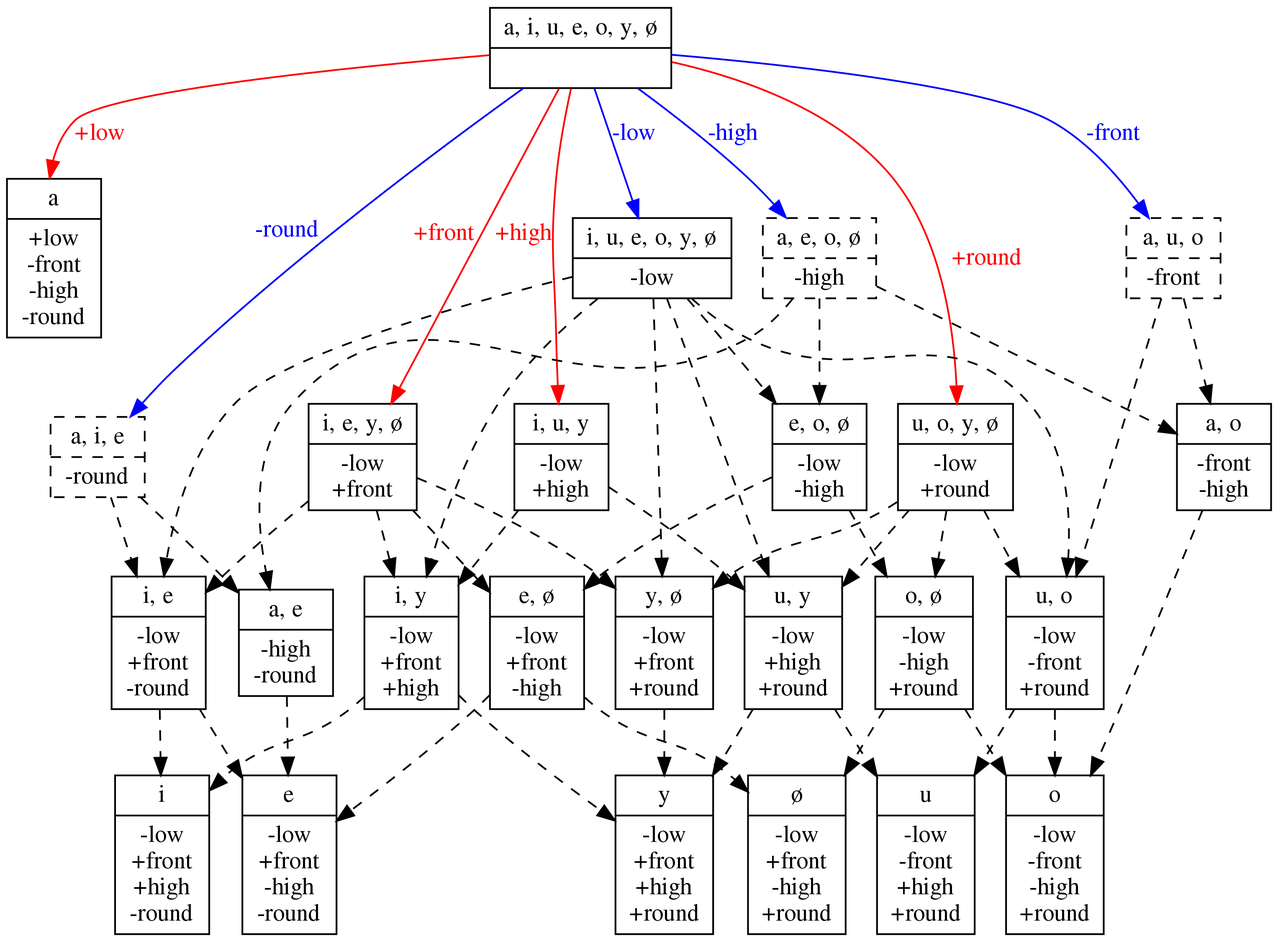
rdaland/Pheatures keeps this Graphviz diagram as squib/diagrams/vowel_inventory_full_FEATURAL.png. Above is the earlier version. Its source is kept beside it as squib/diagrams/vowel_inventory_full_FEATURAL.gv.
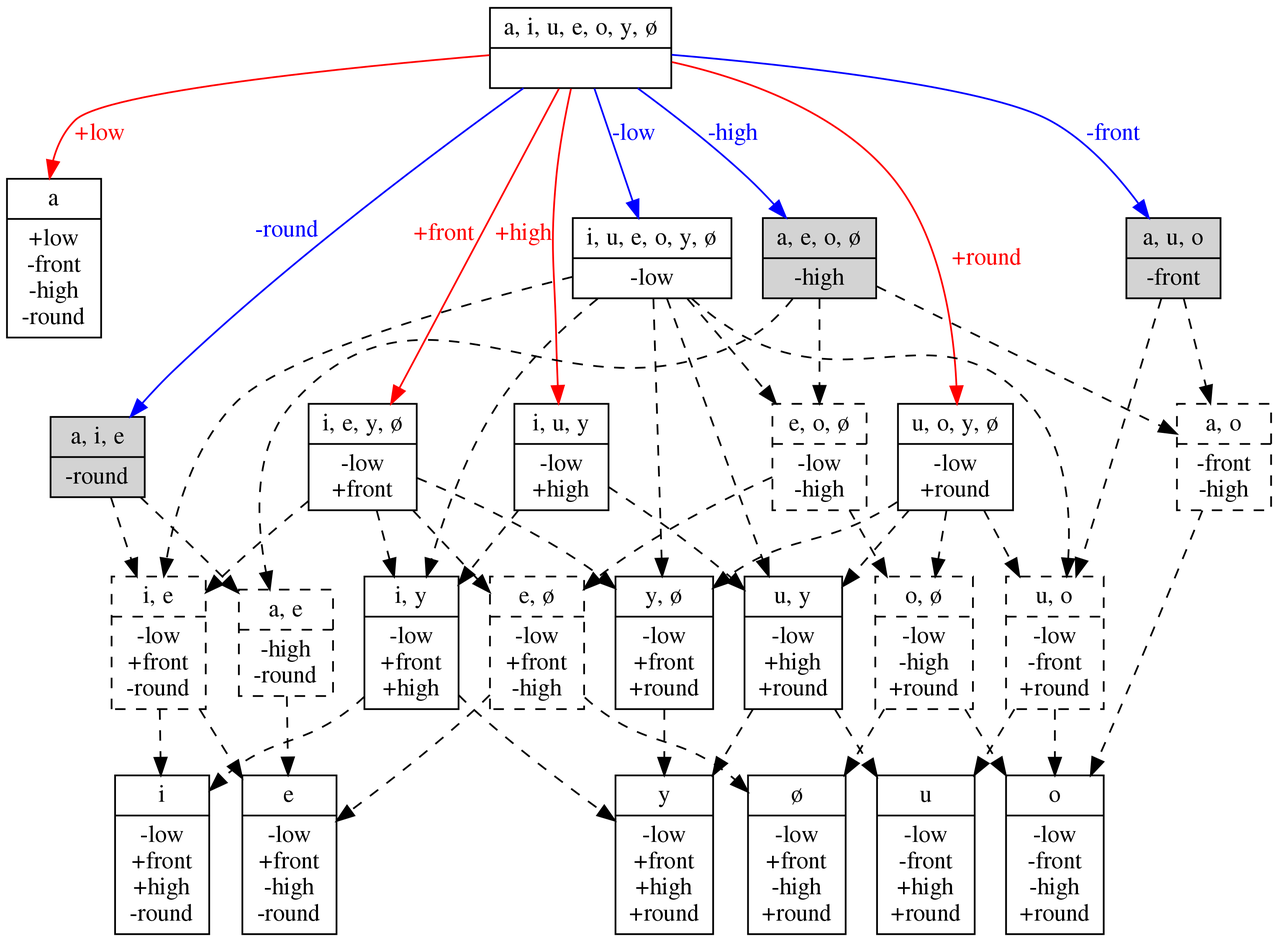
After the change.

Diff of the diagram source:
```diff
@@ -7,9 +7,9 @@
 	FRONT[label="{<segs> i, e, y, ø  |<feats> -low\n+front }",shape=record]
 	ROUND[label="{<segs> u, o, y, ø  |<feats> -low\n+round }",shape=record]
 	HIGH[label="{<segs> i, u, y |<feats> -low\n+high }",shape=record]
-	NONFRONT [label="{<segs> a, u, o |<feats> -front }",shape=record,style=dashed]
-	NONROUND [label="{<segs> a, i, e |<feats> -round }",shape=record,style=dashed]
-	NONHIGH [label="{<segs> a, e, o, ø |<feats> -high }",shape=record,style=dashed]
+	NONFRONT [label="{<segs> a, u, o |<feats> -front }",shape=record,style=filled]
+	NONROUND [label="{<segs> a, i, e |<feats> -round }",shape=record,style=filled]
+	NONHIGH [label="{<segs> a, e, o, ø |<feats> -high }",shape=record,style=filled]
 
 	SIGMA -> NONLOW [label="-low",fontcolor=blue,color=blue]
 	SIGMA -> LOW [label="+low",fontcolor=red,color=red]
@@ -23,11 +23,11 @@
 	FRONTROUND [label="{<segs> y, ø |<feats> -low\n+front\n+round }",shape=record]
 	HIGHFRONT [label="{<segs> i, y |<feats> -low\n+front\n+high }",shape=record]
 	HIGHROUND [label="{<segs> u, y |<feats> -low\n+high\n+round }",shape=record]
-	NONFRONTROUND [label="{<segs> u, o |<feats> -low\n-front\n+round }",shape=record]
-	FRONTNONROUND [label="{<segs> i, e |<feats> -low\n+front\n-round }",shape=record]
-	NONFRONTNONHIGH [label="{<segs> a, o |<feats> -front\n-high }",shape=record]
-	NONROUNDNONHIGH [label="{<segs> a, e |<feats> -high\n-round }",shape=record]
-	MID [label="{<segs> e, o, ø |<feats> -low\n-high }",shape=record]
+	NONFRONTROUND [label="{<segs> u, o |<feats> -low\n-front\n+round }",shape=record, style=dashed]
+	FRONTNONROUND [label="{<segs> i, e |<feats> -low\n+front\n-round }",shape=record, style=dashed]
+	NONFRONTNONHIGH [label="{<segs> a, o |<feats> -front\n-high }",shape=record, style=dashed]
+	NONROUNDNONHIGH [label="{<segs> a, e |<feats> -high\n-round }",shape=record, style=dashed]
+	MID [label="{<segs> e, o, ø |<feats> -low\n-high }",shape=record, style=dashed]
 
 	{NONLOW FRONT ROUND} -> FRONTROUND [style=dashed]
 	{NONLOW HIGH FRONT} -> HIGHFRONT [style=dashed]
@@ -38,8 +38,8 @@
 	{NONROUND NONHIGH} -> NONROUNDNONHIGH [style=dashed]
 	{NONLOW NONHIGH} -> MID [style=dashed]
 
-	MIDFRONT [label="{<segs> e, ø |<feats> -low\n+front\n-high }",shape=record]
-	MIDROUND [label="{<segs> o, ø |<feats> -low\n-high\n+round }",shape=record]
+	MIDFRONT [label="{<segs> e, ø |<feats> -low\n+front\n-high }",shape=record, style=dashed]
+	MIDROUND [label="{<segs> o, ø |<feats> -low\n-high\n+round }",shape=record, style=dashed]
 	{MID FRONT} -> MIDFRONT [style=dashed]
 	{MID ROUND} -> MIDROUND [style=dashed]
 
```
